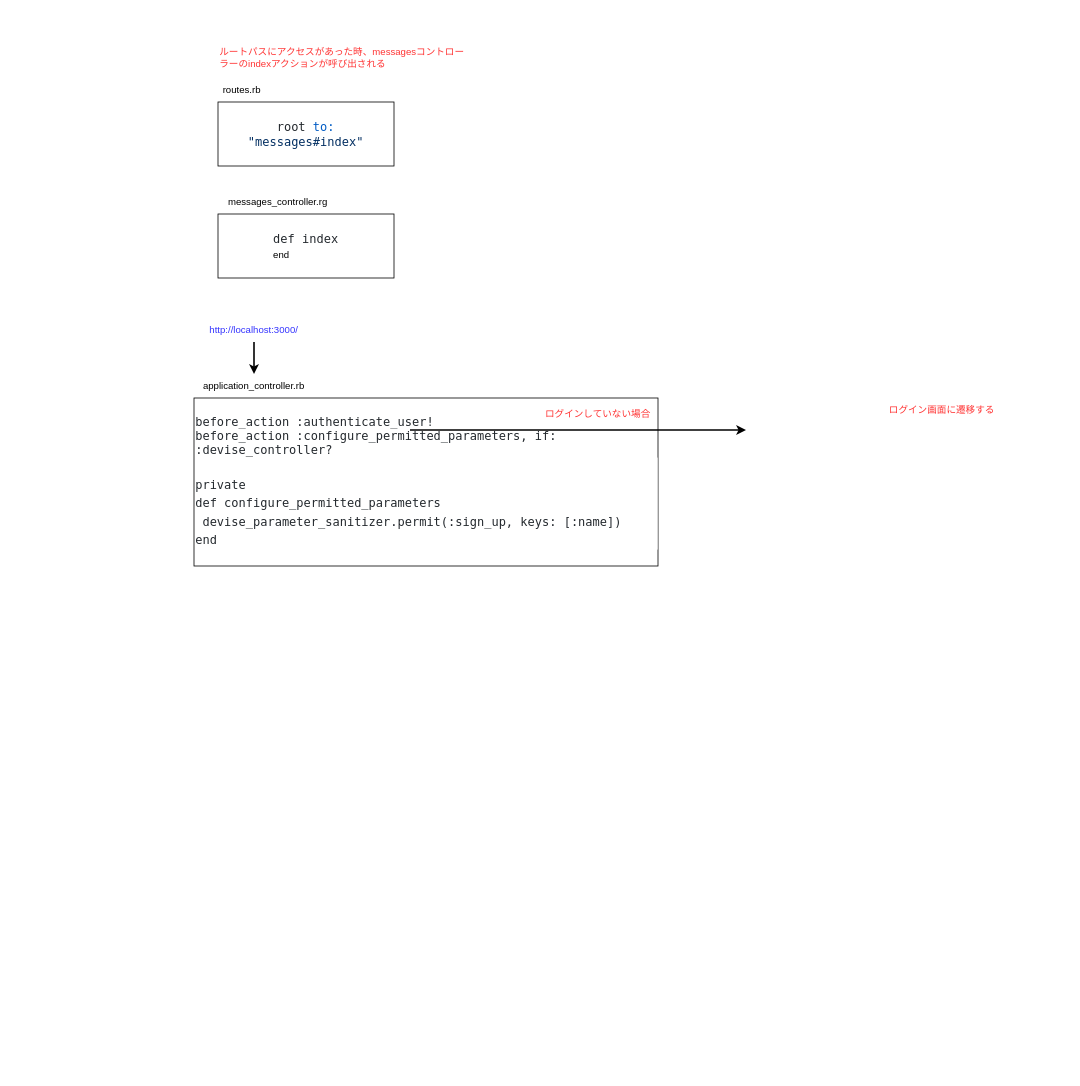
Before: .dio in naoto7010code/chat-app3, a draw.io diagram. Source tidied: cells renumbered, new cells numbered last; positions are measured from the earlier drawing's top-left corner, leaving out a move shared by most shapes. Both pictures are drawn from the tidied source at 80%, with x=0, y=0 at pixel (194, 46).
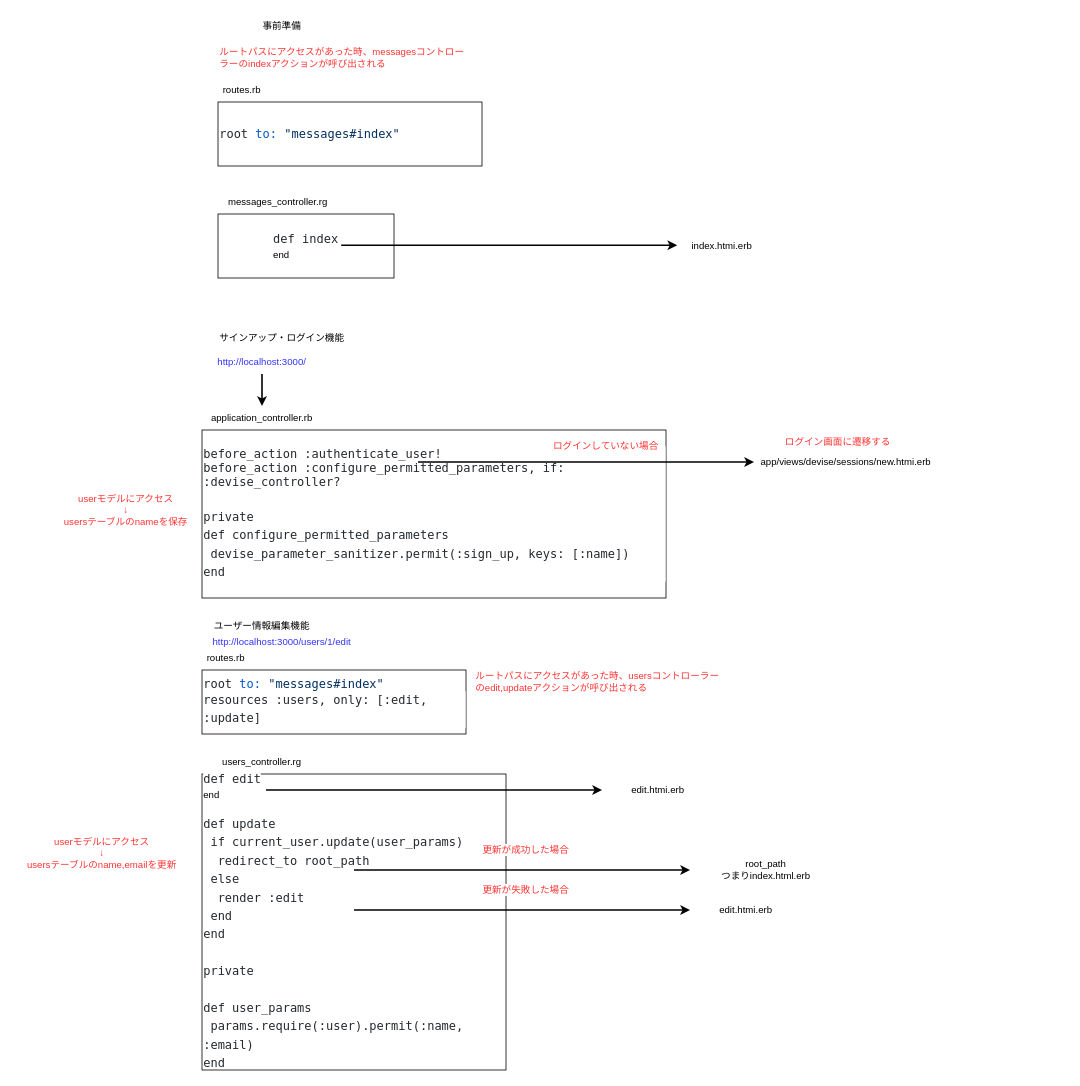
After the change.

The edit, as a diff of the source:
```diff
@@
-    <mxCell id="2" value="&lt;span style=&quot;background-color: rgb(255 , 255 , 255) ; color: rgb(36 , 41 , 46) ; font-family: &amp;#34;ricty diminished&amp;#34; , &amp;#34;menlo&amp;#34; , &amp;#34;monaco&amp;#34; , &amp;#34;courier new&amp;#34; , monospace ; font-size: 15px&quot;&gt;root &lt;/span&gt;&lt;span style=&quot;font-family: &amp;#34;ricty diminished&amp;#34; , &amp;#34;menlo&amp;#34; , &amp;#34;monaco&amp;#34; , &amp;#34;courier new&amp;#34; , monospace ; font-size: 15px ; color: rgb(0 , 92 , 197)&quot;&gt;to:&lt;/span&gt;&lt;span style=&quot;background-color: rgb(255 , 255 , 255) ; color: rgb(36 , 41 , 46) ; font-family: &amp;#34;ricty diminished&amp;#34; , &amp;#34;menlo&amp;#34; , &amp;#34;monaco&amp;#34; , &amp;#34;courier new&amp;#34; , monospace ; font-size: 15px&quot;&gt; &lt;/span&gt;&lt;span style=&quot;font-family: &amp;#34;ricty diminished&amp;#34; , &amp;#34;menlo&amp;#34; , &amp;#34;monaco&amp;#34; , &amp;#34;courier new&amp;#34; , monospace ; font-size: 15px ; color: rgb(3 , 47 , 98)&quot;&gt;&quot;messages#index&quot;&lt;/span&gt;" style="rounded=0;whiteSpace=wrap;html=1;" parent="1" vertex="1">
-      <mxGeometry x="30" y="70" width="220" height="80" as="geometry" />
+    <mxCell id="2" value="&lt;span style=&quot;background-color: rgb(255 , 255 , 255) ; color: rgb(36 , 41 , 46) ; font-family: &amp;#34;ricty diminished&amp;#34; , &amp;#34;menlo&amp;#34; , &amp;#34;monaco&amp;#34; , &amp;#34;courier new&amp;#34; , monospace ; font-size: 15px&quot;&gt;root &lt;/span&gt;&lt;span style=&quot;font-family: &amp;#34;ricty diminished&amp;#34; , &amp;#34;menlo&amp;#34; , &amp;#34;monaco&amp;#34; , &amp;#34;courier new&amp;#34; , monospace ; font-size: 15px ; color: rgb(0 , 92 , 197)&quot;&gt;to:&lt;/span&gt;&lt;span style=&quot;background-color: rgb(255 , 255 , 255) ; color: rgb(36 , 41 , 46) ; font-family: &amp;#34;ricty diminished&amp;#34; , &amp;#34;menlo&amp;#34; , &amp;#34;monaco&amp;#34; , &amp;#34;courier new&amp;#34; , monospace ; font-size: 15px&quot;&gt; &lt;/span&gt;&lt;span style=&quot;font-family: &amp;#34;ricty diminished&amp;#34; , &amp;#34;menlo&amp;#34; , &amp;#34;monaco&amp;#34; , &amp;#34;courier new&amp;#34; , monospace ; font-size: 15px ; color: rgb(3 , 47 , 98)&quot;&gt;&quot;messages#index&quot;&lt;br&gt;&lt;/span&gt;" style="rounded=0;whiteSpace=wrap;html=1;align=left;" parent="1" vertex="1">
+      <mxGeometry x="30" y="70" width="330" height="80" as="geometry" />
     </mxCell>
@@
-    <mxCell id="7" value="&lt;font color=&quot;#24292e&quot; face=&quot;ricty diminished, menlo, monaco, courier new, monospace&quot;&gt;&lt;span style=&quot;font-size: 15px&quot;&gt;before_action :authenticate_user!&lt;br&gt;&lt;/span&gt;&lt;/font&gt;&lt;span style=&quot;background-color: rgb(255 , 255 , 255) ; color: rgb(36 , 41 , 46) ; font-family: &amp;#34;ricty diminished&amp;#34; , &amp;#34;menlo&amp;#34; , &amp;#34;monaco&amp;#34; , &amp;#34;courier new&amp;#34; , monospace ; font-size: 15px&quot;&gt;before_action :configure_permitted_parameters, if: :devise_controller?&lt;/span&gt;&lt;div style=&quot;color: rgb(36 , 41 , 46) ; background-color: rgb(255 , 255 , 255) ; font-family: &amp;#34;ricty diminished&amp;#34; , &amp;#34;menlo&amp;#34; , &amp;#34;monaco&amp;#34; , &amp;#34;courier new&amp;#34; , monospace ; font-size: 15px ; line-height: 23px&quot;&gt;&lt;br&gt;&lt;div&gt;private&lt;/div&gt;&lt;div&gt;def configure_permitted_parameters&lt;/div&gt;&lt;div&gt;&amp;nbsp;devise_parameter_sanitizer.permit(:sign_up, keys: [:name])&lt;/div&gt;&lt;div&gt;end&lt;/div&gt;&lt;/div&gt;" style="rounded=0;whiteSpace=wrap;html=1;align=left;" parent="1" vertex="1">
-      <mxGeometry y="440" width="580" height="210" as="geometry" />
+    <mxCell id="7" value="&lt;font color=&quot;#24292e&quot; face=&quot;ricty diminished, menlo, monaco, courier new, monospace&quot;&gt;&lt;span style=&quot;font-size: 15px&quot;&gt;before_action :authenticate_user!&lt;br&gt;&lt;/span&gt;&lt;/font&gt;&lt;span style=&quot;color: rgb(36, 41, 46); font-family: &amp;quot;ricty diminished&amp;quot;, menlo, monaco, &amp;quot;courier new&amp;quot;, monospace; font-size: 15px;&quot;&gt;before_action :configure_permitted_parameters, if: :devise_controller?&lt;/span&gt;&lt;div style=&quot;color: rgb(36, 41, 46); font-family: &amp;quot;ricty diminished&amp;quot;, menlo, monaco, &amp;quot;courier new&amp;quot;, monospace; font-size: 15px; line-height: 23px;&quot;&gt;&lt;br&gt;&lt;div&gt;private&lt;/div&gt;&lt;div&gt;def configure_permitted_parameters&lt;/div&gt;&lt;div&gt;&amp;nbsp;devise_parameter_sanitizer.permit(:sign_up, keys: [:name])&lt;/div&gt;&lt;div&gt;end&lt;/div&gt;&lt;/div&gt;" style="rounded=0;whiteSpace=wrap;html=1;align=left;labelBackgroundColor=default;" parent="1" vertex="1">
+      <mxGeometry x="10" y="480" width="580" height="210" as="geometry" />
     </mxCell>
     <mxCell id="8" value="application_controller.rb" style="text;html=1;strokeColor=none;fillColor=none;align=center;verticalAlign=middle;whiteSpace=wrap;rounded=0;" parent="1" vertex="1">
-      <mxGeometry y="410" width="150" height="30" as="geometry" />
+      <mxGeometry x="10" y="450" width="150" height="30" as="geometry" />
     </mxCell>
     <mxCell id="9" value="ログインしていない場合" style="text;html=1;strokeColor=none;fillColor=none;align=center;verticalAlign=middle;whiteSpace=wrap;rounded=0;fontColor=#FF3333;" parent="1" vertex="1">
-      <mxGeometry x="350" y="445" width="310" height="30" as="geometry" />
+      <mxGeometry x="360" y="485" width="310" height="30" as="geometry" />
     </mxCell>
     <mxCell id="10" value="&lt;font color=&quot;#3333ff&quot;&gt;http://localhost:3000/&lt;/font&gt;" style="text;html=1;strokeColor=none;fillColor=none;align=center;verticalAlign=middle;whiteSpace=wrap;rounded=0;fontColor=#FF3333;" parent="1" vertex="1">
-      <mxGeometry x="5" y="340" width="140" height="30" as="geometry" />
+      <mxGeometry x="15" y="380" width="140" height="30" as="geometry" />
     </mxCell>
     <mxCell id="11" style="endArrow=classic;html=1;fontColor=#3333FF;labelBorderColor=none;fontSize=11;strokeWidth=2;" parent="1" edge="1">
       <mxGeometry relative="1" as="geometry">
-        <mxPoint x="270" y="480" as="sourcePoint" />
-        <mxPoint x="690" y="480" as="targetPoint" />
+        <mxPoint x="280" y="520" as="sourcePoint" />
+        <mxPoint x="700" y="520" as="targetPoint" />
       </mxGeometry>
     </mxCell>
     <mxCell id="12" style="endArrow=classic;html=1;fontColor=#3333FF;labelBorderColor=none;fontSize=11;strokeWidth=2;entryX=0.5;entryY=0;entryDx=0;entryDy=0;" parent="1" edge="1" target="8">
       <mxGeometry relative="1" as="geometry">
-        <mxPoint x="75" y="370" as="sourcePoint" />
+        <mxPoint x="85" y="410" as="sourcePoint" />
       </mxGeometry>
     </mxCell>
     <mxCell id="13" value="ログイン画面に遷移する" style="text;html=1;strokeColor=none;fillColor=none;align=center;verticalAlign=middle;whiteSpace=wrap;rounded=0;fontColor=#FF3333;" parent="1" vertex="1">
-      <mxGeometry x="780" y="440" width="310" height="30" as="geometry" />
+      <mxGeometry x="650" y="480" width="310" height="30" as="geometry" />
     </mxCell>
+    <mxCell id="14" value="サインアップ・ログイン機能" style="text;html=1;strokeColor=none;fillColor=none;align=center;verticalAlign=middle;whiteSpace=wrap;rounded=0;" parent="1" vertex="1">
+      <mxGeometry x="20" y="350" width="180" height="30" as="geometry" />
+    </mxCell>
+    <mxCell id="15" value="app/views/devise/sessions/new.htmi.erb" style="text;html=1;strokeColor=none;fillColor=none;align=center;verticalAlign=middle;whiteSpace=wrap;rounded=0;" parent="1" vertex="1">
+      <mxGeometry x="700" y="510" width="230" height="20" as="geometry" />
+    </mxCell>
+    <mxCell id="16" value="userモデルにアクセス&lt;br&gt;↓&lt;br&gt;usersテーブルのnameを保存" style="text;html=1;strokeColor=none;fillColor=none;align=center;verticalAlign=middle;whiteSpace=wrap;rounded=0;fontColor=#FF3333;" parent="1" vertex="1">
+      <mxGeometry x="-165" y="530" width="160" height="100" as="geometry" />
+    </mxCell>
+    <mxCell id="17" value="事前準備" style="text;html=1;strokeColor=none;fillColor=none;align=center;verticalAlign=middle;whiteSpace=wrap;rounded=0;" parent="1" vertex="1">
+      <mxGeometry x="20" y="-40" width="180" height="30" as="geometry" />
+    </mxCell>
+    <mxCell id="18" value="ユーザー情報編集機能" style="text;html=1;strokeColor=none;fillColor=none;align=center;verticalAlign=middle;whiteSpace=wrap;rounded=0;" parent="1" vertex="1">
+      <mxGeometry x="-5" y="710" width="180" height="30" as="geometry" />
+    </mxCell>
+    <mxCell id="19" value="&lt;span style=&quot;background-color: rgb(255 , 255 , 255) ; color: rgb(36 , 41 , 46) ; font-family: &amp;#34;ricty diminished&amp;#34; , &amp;#34;menlo&amp;#34; , &amp;#34;monaco&amp;#34; , &amp;#34;courier new&amp;#34; , monospace ; font-size: 15px&quot;&gt;root &lt;/span&gt;&lt;span style=&quot;font-family: &amp;#34;ricty diminished&amp;#34; , &amp;#34;menlo&amp;#34; , &amp;#34;monaco&amp;#34; , &amp;#34;courier new&amp;#34; , monospace ; font-size: 15px ; color: rgb(0 , 92 , 197)&quot;&gt;to:&lt;/span&gt;&lt;span style=&quot;background-color: rgb(255 , 255 , 255) ; color: rgb(36 , 41 , 46) ; font-family: &amp;#34;ricty diminished&amp;#34; , &amp;#34;menlo&amp;#34; , &amp;#34;monaco&amp;#34; , &amp;#34;courier new&amp;#34; , monospace ; font-size: 15px&quot;&gt; &lt;/span&gt;&lt;span style=&quot;font-family: &amp;#34;ricty diminished&amp;#34; , &amp;#34;menlo&amp;#34; , &amp;#34;monaco&amp;#34; , &amp;#34;courier new&amp;#34; , monospace ; font-size: 15px ; color: rgb(3 , 47 , 98)&quot;&gt;&quot;messages#index&quot;&lt;br&gt;&lt;/span&gt;&lt;div style=&quot;color: rgb(36 , 41 , 46) ; background-color: rgb(255 , 255 , 255) ; font-family: &amp;#34;ricty diminished&amp;#34; , &amp;#34;menlo&amp;#34; , &amp;#34;monaco&amp;#34; , &amp;#34;courier new&amp;#34; , monospace ; font-size: 15px ; line-height: 23px&quot;&gt;resources :users, only: [:edit, :update]&lt;/div&gt;" style="rounded=0;whiteSpace=wrap;html=1;align=left;" parent="1" vertex="1">
+      <mxGeometry x="10" y="780" width="330" height="80" as="geometry" />
+    </mxCell>
+    <mxCell id="20" value="routes.rb" style="text;html=1;strokeColor=none;fillColor=none;align=center;verticalAlign=middle;whiteSpace=wrap;rounded=0;" parent="1" vertex="1">
+      <mxGeometry x="10" y="750" width="60" height="30" as="geometry" />
+    </mxCell>
+    <mxCell id="21" value="&lt;font color=&quot;#24292e&quot; face=&quot;ricty diminished, menlo, monaco, courier new, monospace&quot;&gt;&lt;span style=&quot;font-size: 15px ; background-color: rgb(255 , 255 , 255)&quot;&gt;def edit&lt;br&gt;&lt;div&gt;&lt;span style=&quot;color: rgb(0 , 0 , 0) ; font-family: &amp;#34;helvetica&amp;#34; ; font-size: 12px&quot;&gt;end&lt;/span&gt;&lt;/div&gt;&lt;div&gt;&lt;span style=&quot;color: rgb(0 , 0 , 0) ; font-family: &amp;#34;helvetica&amp;#34; ; font-size: 12px&quot;&gt;&lt;br&gt;&lt;/span&gt;&lt;/div&gt;&lt;div&gt;&lt;div style=&quot;font-family: &amp;#34;ricty diminished&amp;#34; , &amp;#34;menlo&amp;#34; , &amp;#34;monaco&amp;#34; , &amp;#34;courier new&amp;#34; , monospace ; line-height: 23px&quot;&gt;&lt;div&gt;def update&lt;/div&gt;&lt;div&gt;&lt;div style=&quot;font-family: &amp;#34;ricty diminished&amp;#34; , &amp;#34;menlo&amp;#34; , &amp;#34;monaco&amp;#34; , &amp;#34;courier new&amp;#34; , monospace ; line-height: 23px&quot;&gt;&lt;div&gt;&amp;nbsp;if current_user.update(user_params)&lt;/div&gt;&lt;div&gt;&amp;nbsp; redirect_to root_path&lt;/div&gt;&lt;div&gt;&amp;nbsp;else&lt;/div&gt;&lt;div&gt;&amp;nbsp; render :edit&lt;/div&gt;&lt;div&gt;&amp;nbsp;end&lt;/div&gt;&lt;/div&gt;&lt;/div&gt;&lt;div&gt;end&lt;/div&gt;&lt;br&gt;&lt;div&gt;private&lt;/div&gt;&lt;br&gt;&lt;div&gt;def user_params&lt;/div&gt;&lt;div&gt;&amp;nbsp;params.require(:user).permit(:name, :email)&lt;/div&gt;&lt;div&gt;end&lt;/div&gt;&lt;/div&gt;&lt;/div&gt;&lt;/span&gt;&lt;/font&gt;" style="rounded=0;whiteSpace=wrap;html=1;align=left;" parent="1" vertex="1">
+      <mxGeometry x="10" y="910" width="380" height="370" as="geometry" />
+    </mxCell>
+    <mxCell id="22" value="users_controller.rg" style="text;html=1;strokeColor=none;fillColor=none;align=center;verticalAlign=middle;whiteSpace=wrap;rounded=0;" parent="1" vertex="1">
+      <mxGeometry x="10" y="880" width="150" height="30" as="geometry" />
+    </mxCell>
+    <mxCell id="23" value="&lt;font color=&quot;#3333ff&quot;&gt;http://localhost:3000/users/1/edit&lt;/font&gt;" style="text;html=1;strokeColor=none;fillColor=none;align=center;verticalAlign=middle;whiteSpace=wrap;rounded=0;fontColor=#FF3333;" parent="1" vertex="1">
+      <mxGeometry x="5" y="730" width="210" height="30" as="geometry" />
+    </mxCell>
+    <mxCell id="24" style="endArrow=classic;html=1;fontColor=#3333FF;labelBorderColor=none;fontSize=11;strokeWidth=2;" parent="1" edge="1">
+      <mxGeometry relative="1" as="geometry">
+        <mxPoint x="184" y="249.1" as="sourcePoint" />
+        <mxPoint x="604" y="249.1" as="targetPoint" />
+      </mxGeometry>
+    </mxCell>
+    <mxCell id="25" value="index.htmi.erb" style="text;html=1;strokeColor=none;fillColor=none;align=center;verticalAlign=middle;whiteSpace=wrap;rounded=0;" parent="1" vertex="1">
+      <mxGeometry x="610" y="240" width="100" height="20" as="geometry" />
+    </mxCell>
+    <mxCell id="26" value="ルートパスにアクセスがあった時、usersコントローラーのedit,updateアクションが呼び出される" style="text;html=1;strokeColor=none;fillColor=none;align=left;verticalAlign=middle;whiteSpace=wrap;rounded=0;fontColor=#FF3333;" parent="1" vertex="1">
+      <mxGeometry x="350" y="780" width="310" height="30" as="geometry" />
+    </mxCell>
+    <mxCell id="27" style="endArrow=classic;html=1;fontColor=#3333FF;labelBorderColor=none;fontSize=11;strokeWidth=2;" parent="1" edge="1">
+      <mxGeometry relative="1" as="geometry">
+        <mxPoint x="90" y="930" as="sourcePoint" />
+        <mxPoint x="510" y="930" as="targetPoint" />
+      </mxGeometry>
+    </mxCell>
+    <mxCell id="28" value="edit.htmi.erb" style="text;html=1;strokeColor=none;fillColor=none;align=center;verticalAlign=middle;whiteSpace=wrap;rounded=0;" parent="1" vertex="1">
+      <mxGeometry x="530" y="920" width="100" height="20" as="geometry" />
+    </mxCell>
+    <mxCell id="29" value="userモデルにアクセス&lt;br&gt;↓&lt;br&gt;usersテーブルのname,emailを更新" style="text;html=1;strokeColor=none;fillColor=none;align=center;verticalAlign=middle;whiteSpace=wrap;rounded=0;fontColor=#FF3333;labelBackgroundColor=default;" parent="1" vertex="1">
+      <mxGeometry x="-225" y="959" width="220" height="100" as="geometry" />
+    </mxCell>
+    <mxCell id="30" style="endArrow=classic;html=1;fontColor=#3333FF;labelBorderColor=none;fontSize=11;strokeWidth=2;" parent="1" edge="1">
+      <mxGeometry relative="1" as="geometry">
+        <mxPoint x="200" y="1030" as="sourcePoint" />
+        <mxPoint x="620" y="1030" as="targetPoint" />
+      </mxGeometry>
+    </mxCell>
+    <mxCell id="31" style="endArrow=classic;html=1;fontColor=#3333FF;labelBorderColor=none;fontSize=11;strokeWidth=2;" parent="1" edge="1">
+      <mxGeometry relative="1" as="geometry">
+        <mxPoint x="200" y="1080" as="sourcePoint" />
+        <mxPoint x="620" y="1080" as="targetPoint" />
+      </mxGeometry>
+    </mxCell>
+    <mxCell id="32" value="更新が成功した場合" style="text;html=1;strokeColor=none;fillColor=none;align=center;verticalAlign=middle;whiteSpace=wrap;rounded=0;fontColor=#FF3333;labelBackgroundColor=default;" parent="1" vertex="1">
+      <mxGeometry x="350" y="990" width="130" height="30" as="geometry" />
+    </mxCell>
+    <mxCell id="33" value="更新が失敗した場合" style="text;html=1;strokeColor=none;fillColor=none;align=center;verticalAlign=middle;whiteSpace=wrap;rounded=0;fontColor=#FF3333;labelBackgroundColor=default;" parent="1" vertex="1">
+      <mxGeometry x="350" y="1040" width="130" height="30" as="geometry" />
+    </mxCell>
+    <mxCell id="34" value="root_path&lt;br&gt;つまりindex.html.erb" style="text;html=1;strokeColor=none;fillColor=none;align=center;verticalAlign=middle;whiteSpace=wrap;rounded=0;" parent="1" vertex="1">
+      <mxGeometry x="630" y="1020" width="170" height="20" as="geometry" />
+    </mxCell>
+    <mxCell id="35" value="edit.htmi.erb" style="text;html=1;strokeColor=none;fillColor=none;align=center;verticalAlign=middle;whiteSpace=wrap;rounded=0;" parent="1" vertex="1">
+      <mxGeometry x="640" y="1070" width="100" height="20" as="geometry" />
+    </mxCell>
```
